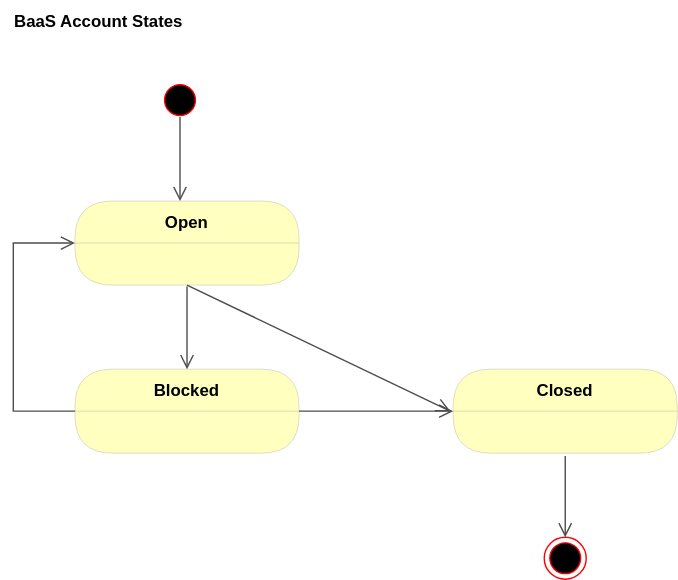
This is apps/baas-account-service/doc/img/baas-account.sequence-Account-States.drawio.svg from mcdaley/baas-platform, a draw.io export, as it was before one commit. Source tidied: cells renumbered, new cells last; positions are measured from the earlier drawing's top-left corner, leaving out a move shared by most shapes.
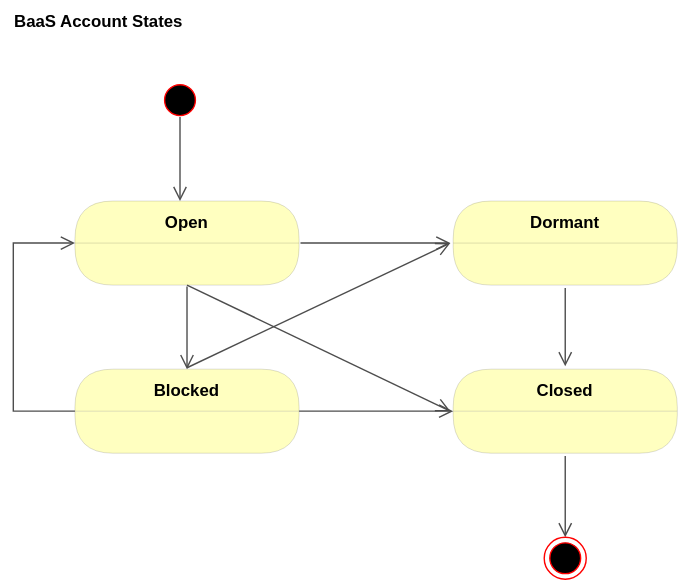
Later version of the same file.

Commit message:
Updated BaaS Platform and Account Docs

What changed in the source:
```diff
@@ -57,5 +57,17 @@
     <mxCell id="13" value="BaaS Account States" style="text;html=1;strokeColor=none;fillColor=none;align=left;verticalAlign=middle;whiteSpace=wrap;rounded=0;fontStyle=1;" parent="1" vertex="1">
       <mxGeometry width="370" height="30" as="geometry" />
     </mxCell>
+    <mxCell id="14" value="Dormant" style="swimlane;fontStyle=1;align=center;verticalAlign=middle;horizontal=1;startSize=30;fontColor=#000000;rounded=1;arcSize=30;strokeColor=default;fillColor=#ffffc0;swimlaneFillColor=#ffffc0;strokeWidth=0;perimeterSpacing=2;" parent="1" vertex="1">
+      <mxGeometry x="315" y="143" width="160" height="60" as="geometry" />
+    </mxCell>
+    <mxCell id="15" style="html=1;verticalAlign=bottom;endArrow=open;endSize=8;strokeColor=#4D4D4D;rounded=0;exitX=1;exitY=0.5;exitDx=0;exitDy=0;entryX=0;entryY=0.5;entryDx=0;entryDy=0;" parent="1" edge="1" source="4" target="14">
+      <mxGeometry relative="1" as="geometry" />
+    </mxCell>
+    <mxCell id="16" style="html=1;verticalAlign=bottom;endArrow=open;endSize=8;strokeColor=#4D4D4D;rounded=0;exitX=0.5;exitY=1;exitDx=0;exitDy=0;entryX=0.5;entryY=0;entryDx=0;entryDy=0;" parent="1" edge="1" source="14" target="7">
+      <mxGeometry relative="1" as="geometry" />
+    </mxCell>
+    <mxCell id="17" style="html=1;verticalAlign=bottom;endArrow=open;endSize=8;strokeColor=#4D4D4D;rounded=0;entryX=0;entryY=0.5;entryDx=0;entryDy=0;exitX=0.5;exitY=0;exitDx=0;exitDy=0;" parent="1" edge="1" source="6" target="14">
+      <mxGeometry relative="1" as="geometry" />
+    </mxCell>
   </root>
 </mxGraphModel>
```
